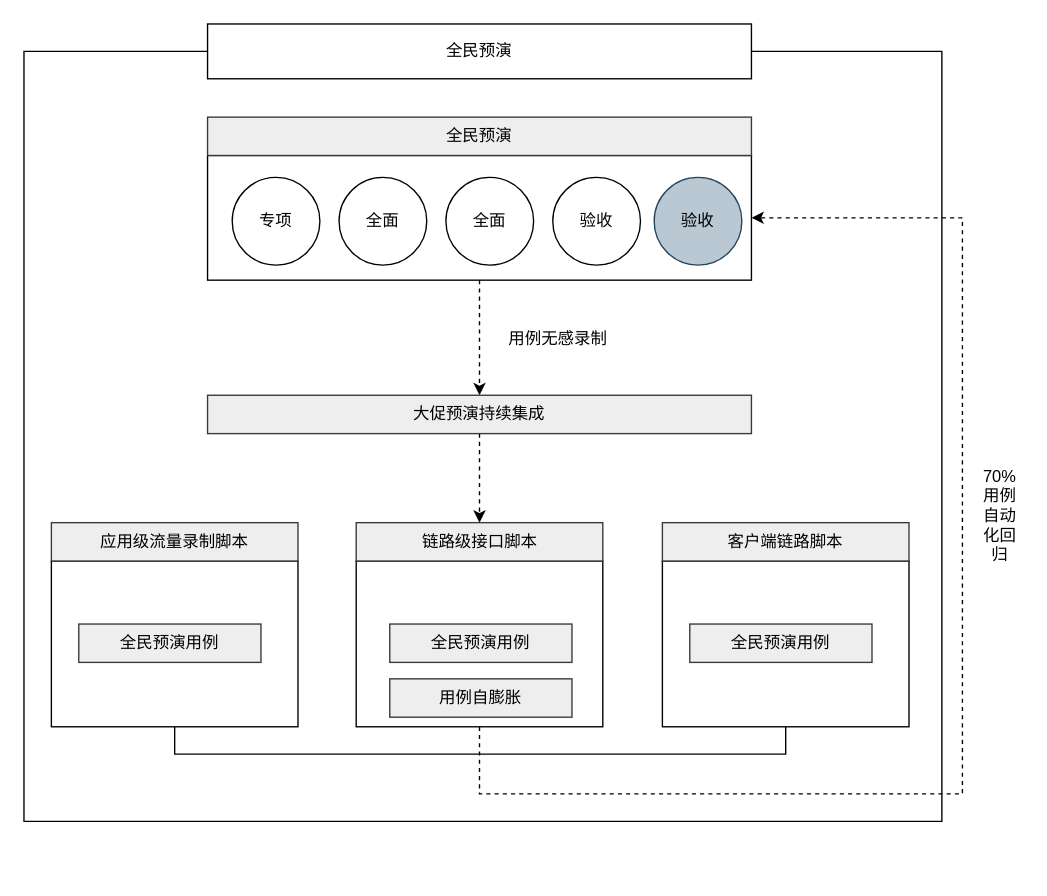
lokiworks/codebase keeps this draw.io diagram as page "Page-5" (5 of 5) of docs/test_quality.drawio. Above is the earlier version. Source tidied: cells renumbered, new cells numbered last; positions are measured from the earlier drawing's top-left corner, leaving out a move shared by most shapes. Both pictures are drawn from the tidied source at 137%, with x=0, y=0 at pixel (23, 23).
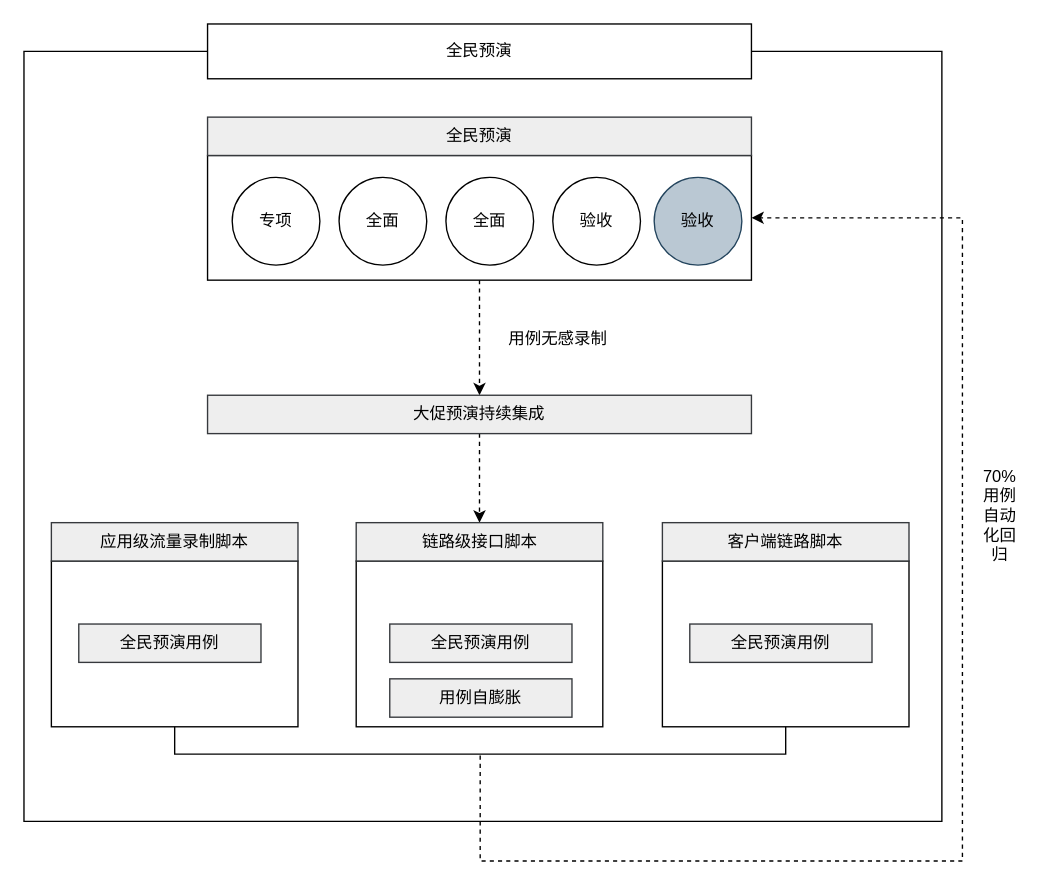
Above is the later version.

The change refers to these unchanged cells:
```xml
<mxCell id="3" style="rounded=0;whiteSpace=wrap;html=1;glass=0;fillColor=none;gradientColor=none;" parent="1" vertex="1">
  <mxGeometry x="20" y="392" width="180" height="121" as="geometry" />
</mxCell>
<mxCell id="5" style="rounded=0;whiteSpace=wrap;html=1;glass=0;fillColor=none;gradientColor=none;" parent="1" vertex="1">
  <mxGeometry x="134" y="96" width="397" height="91" as="geometry" />
</mxCell>
<mxCell id="19" style="rounded=0;whiteSpace=wrap;html=1;glass=0;fillColor=none;gradientColor=none;" parent="1" vertex="1">
  <mxGeometry x="242.5" y="392" width="180" height="121" as="geometry" />
</mxCell>
<mxCell id="23" style="rounded=0;whiteSpace=wrap;html=1;glass=0;fillColor=none;gradientColor=none;" parent="1" vertex="1">
  <mxGeometry x="466" y="392" width="180" height="121" as="geometry" />
</mxCell>
```

What changed in the source:
```diff
@@
     <mxCell id="2" style="edgeStyle=orthogonalEdgeStyle;rounded=0;jettySize=auto;html=1;exitX=0.5;exitY=1;exitDx=0;exitDy=0;entryX=0.5;entryY=1;entryDx=0;entryDy=0;endArrow=none;endFill=0;" parent="1" edge="1" source="3" target="23">
-      <mxGeometry relative="1" as="geometry" />
+      <mxGeometry relative="1" as="geometry">
+        <Array as="points">
+          <mxPoint x="110" y="533" />
+          <mxPoint x="556" y="533" />
+        </Array>
+      </mxGeometry>
     </mxCell>
@@
-    <mxCell id="18" style="edgeStyle=orthogonalEdgeStyle;rounded=0;jettySize=auto;html=1;exitX=0.5;exitY=1;exitDx=0;exitDy=0;entryX=1;entryY=0.5;entryDx=0;entryDy=0;dashed=1;endArrow=classic;endFill=1;" parent="1" edge="1" source="19" target="5">
+    <mxCell id="18" style="edgeStyle=orthogonalEdgeStyle;rounded=0;jettySize=auto;html=1;entryX=1;entryY=0.5;entryDx=0;entryDy=0;dashed=1;endArrow=classic;endFill=1;" parent="1" edge="1" target="5">
       <mxGeometry relative="1" as="geometry">
+        <mxPoint x="333" y="534" as="sourcePoint" />
         <Array as="points">
-          <mxPoint x="333" y="562" />
-          <mxPoint x="685" y="562" />
+          <mxPoint x="333" y="611" />
+          <mxPoint x="685" y="611" />
           <mxPoint x="685" y="141" />
         </Array>
       </mxGeometry>
     </mxCell>
```
